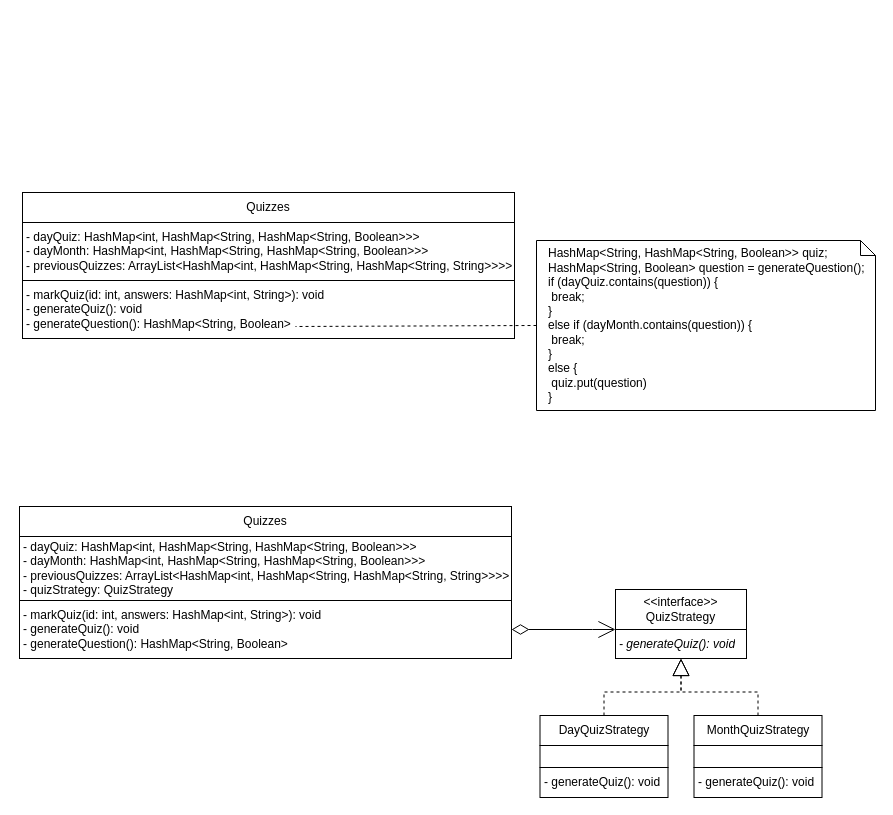
Before: Strategy_Design_Pattern.drawio in ahammond3aws/DC2SEN, a draw.io diagram. Source tidied: cells renumbered, new cells numbered last; positions are measured from the earlier drawing's top-left corner, leaving out a move shared by most shapes. Both pictures are drawn from the tidied source at 100%, with x=0, y=0 at pixel (19, 192).
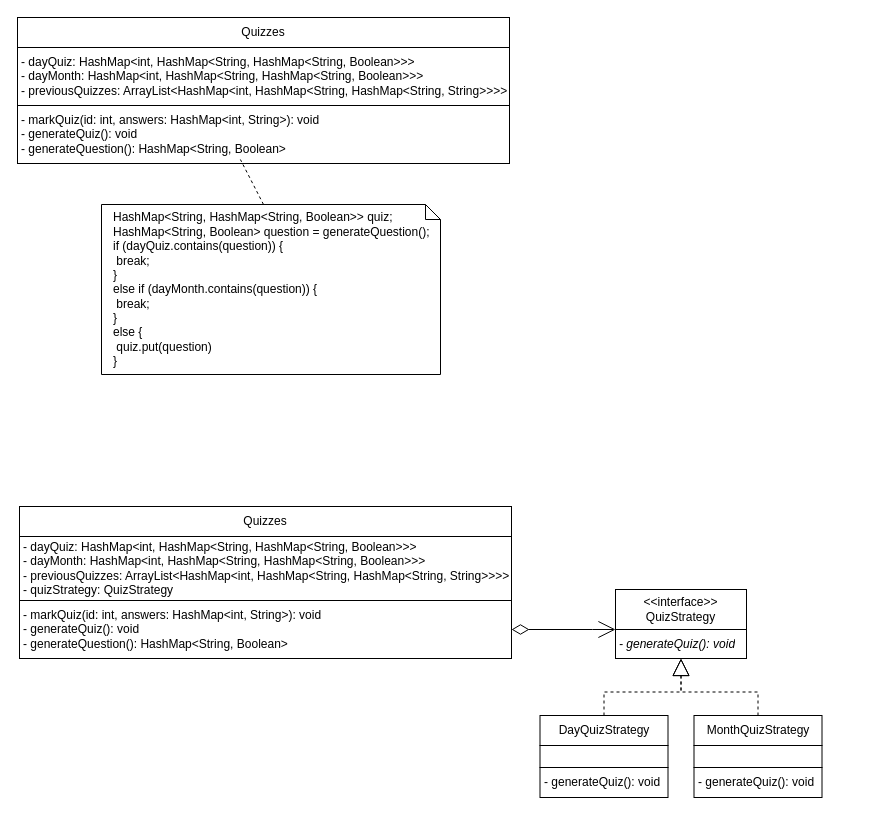
The same diagram, later.

What changed in the source:
```diff
@@
     <mxCell id="2" value="Quizzes" style="rounded=0;whiteSpace=wrap;html=1;" parent="1" vertex="1">
-      <mxGeometry x="3" width="492" height="30" as="geometry" />
+      <mxGeometry x="-2" y="-175" width="492" height="30" as="geometry" />
     </mxCell>
     <mxCell id="3" value="- dayQuiz: HashMap&amp;lt;int, HashMap&amp;lt;String, HashMap&amp;lt;String, Boolean&amp;gt;&amp;gt;&amp;gt;&lt;br&gt;- dayMonth: HashMap&amp;lt;int, HashMap&amp;lt;String, HashMap&amp;lt;String, Boolean&amp;gt;&amp;gt;&amp;gt;&lt;br&gt;- previousQuizzes: ArrayList&amp;lt;HashMap&amp;lt;int, HashMap&amp;lt;String, HashMap&amp;lt;String, String&amp;gt;&amp;gt;&amp;gt;&amp;gt;" style="rounded=0;whiteSpace=wrap;html=1;align=left;spacingLeft=2;" parent="1" vertex="1">
-      <mxGeometry x="3" y="30" width="492" height="58" as="geometry" />
+      <mxGeometry x="-2" y="-145" width="492" height="58" as="geometry" />
     </mxCell>
     <mxCell id="4" value="- markQuiz(id: int, answers: HashMap&amp;lt;int, String&amp;gt;): void&lt;br style=&quot;border-color: var(--border-color); background-color: rgb(255, 255, 255);&quot;&gt;&lt;span style=&quot;background-color: rgb(255, 255, 255);&quot;&gt;- generateQuiz(): void&lt;/span&gt;&lt;br style=&quot;border-color: var(--border-color); background-color: rgb(255, 255, 255);&quot;&gt;&lt;span style=&quot;background-color: rgb(255, 255, 255);&quot;&gt;- generateQuestion(): HashMap&amp;lt;String, Boolean&amp;gt;&amp;nbsp;&lt;/span&gt;" style="rounded=0;whiteSpace=wrap;html=1;align=left;spacingLeft=2;" parent="1" vertex="1">
-      <mxGeometry x="3" y="88" width="492" height="58" as="geometry" />
+      <mxGeometry x="-2" y="-87" width="492" height="58" as="geometry" />
     </mxCell>
-    <mxCell id="5" value="HashMap&amp;lt;String, HashMap&amp;lt;String, Boolean&amp;gt;&amp;gt; quiz;&lt;br&gt;HashMap&amp;lt;String, Boolean&amp;gt; question = generateQuestion();&amp;nbsp;&lt;br&gt;if (dayQuiz.contains(question)) {&lt;br&gt;&lt;span style=&quot;&quot;&gt; &lt;/span&gt;&lt;span style=&quot;white-space: pre;&quot;&gt; &lt;/span&gt;break;&lt;br&gt;}&lt;br&gt;else if (dayMonth.contains(question)) {&lt;br&gt;&lt;span style=&quot;&quot;&gt; &lt;/span&gt;&lt;span style=&quot;white-space: pre;&quot;&gt; &lt;/span&gt;break;&lt;br&gt;}&lt;br&gt;else {&lt;br&gt;&lt;span style=&quot;white-space: pre;&quot;&gt; &lt;/span&gt;quiz.put(question)&lt;br&gt;}&amp;nbsp;" style="shape=note;size=15;align=left;spacingLeft=10;html=1;whiteSpace=wrap;" parent="1" vertex="1">
-      <mxGeometry x="517" y="48" width="339" height="170" as="geometry" />
-    </mxCell>
-    <mxCell id="6" style="edgeStyle=none;endArrow=none;exitX=0;exitY=0.5;dashed=1;html=1;rounded=0;exitDx=0;exitDy=0;exitPerimeter=0;" parent="1" edge="1" source="5">
-      <mxGeometry x="1" relative="1" as="geometry">
-        <mxPoint x="276" y="134" as="targetPoint" />
-      </mxGeometry>
-    </mxCell>
@@
+    <mxCell id="5" value="HashMap&amp;lt;String, HashMap&amp;lt;String, Boolean&amp;gt;&amp;gt; quiz;&lt;br&gt;HashMap&amp;lt;String, Boolean&amp;gt; question = generateQuestion();&amp;nbsp;&lt;br&gt;if (dayQuiz.contains(question)) {&lt;br&gt;&lt;span style=&quot;&quot;&gt; &lt;/span&gt;&lt;span style=&quot;white-space: pre;&quot;&gt; &lt;/span&gt;break;&lt;br&gt;}&lt;br&gt;else if (dayMonth.contains(question)) {&lt;br&gt;&lt;span style=&quot;&quot;&gt; &lt;/span&gt;&lt;span style=&quot;white-space: pre;&quot;&gt; &lt;/span&gt;break;&lt;br&gt;}&lt;br&gt;else {&lt;br&gt;&lt;span style=&quot;white-space: pre;&quot;&gt; &lt;/span&gt;quiz.put(question)&lt;br&gt;}&amp;nbsp;" style="shape=note;size=15;align=left;spacingLeft=10;html=1;whiteSpace=wrap;" parent="1" vertex="1">
+      <mxGeometry x="82" y="12" width="339" height="170" as="geometry" />
+    </mxCell>
+    <mxCell id="21" style="edgeStyle=none;endArrow=none;exitX=0;exitY=0;dashed=1;html=1;rounded=0;exitDx=162;exitDy=0;exitPerimeter=0;" parent="1" edge="1" source="5">
+      <mxGeometry x="1" relative="1" as="geometry">
+        <mxPoint x="220.9" y="-33" as="targetPoint" />
+      </mxGeometry>
+    </mxCell>
```
